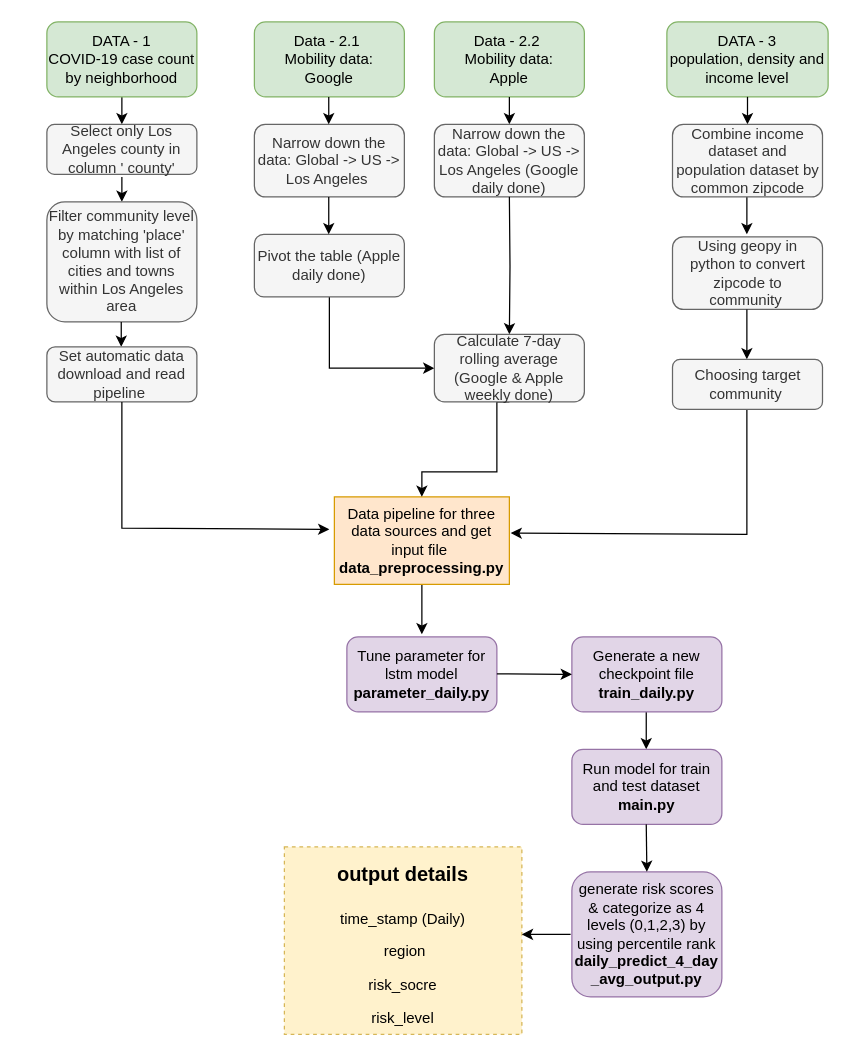
The draw.io diagram RMDS_Workflow.drawio in sli525/rmds-lab-team3-project, before the edit. Source tidied: cells renumbered, new cells numbered last; positions are measured from the earlier drawing's top-left corner, leaving out a move shared by most shapes. Both pictures are drawn from the tidied source at 125%, with x=0, y=0 at pixel (46, 21).
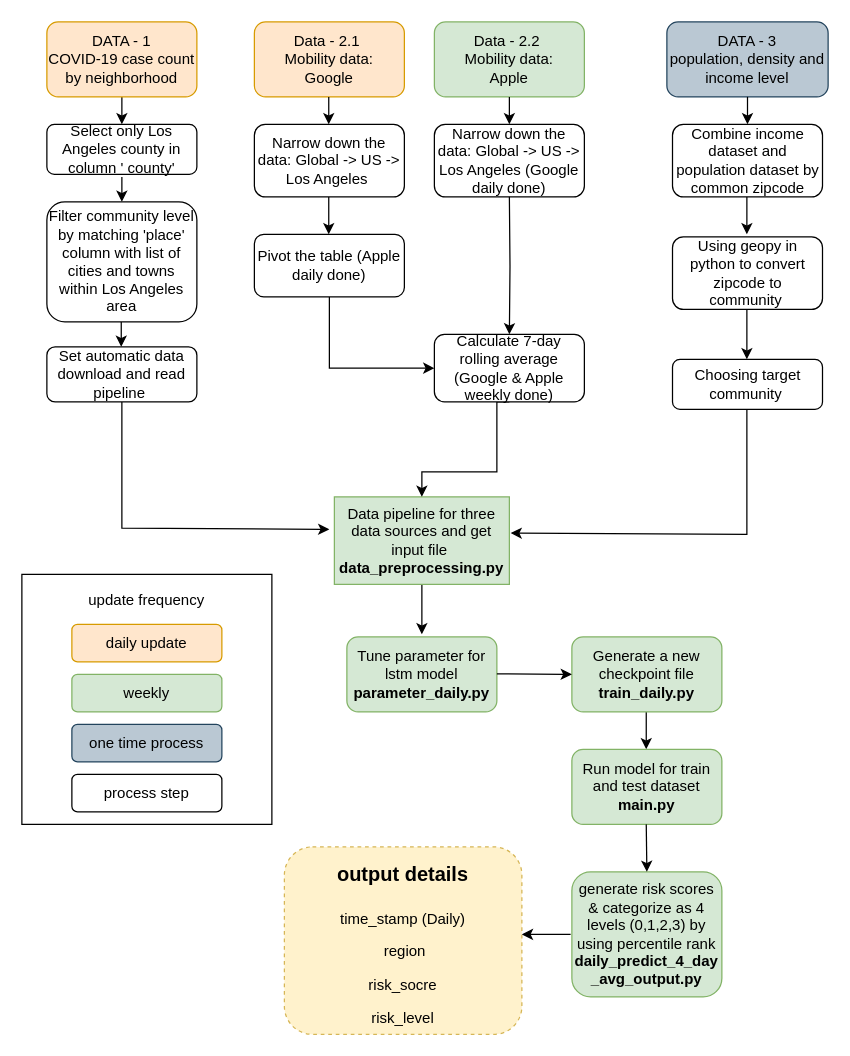
After the change.

Change to the diagram source:
```diff
@@
-    <mxCell id="4" value="DATA - 1&lt;br&gt;COVID-19 case count by neighborhood" style="rounded=1;whiteSpace=wrap;html=1;fillColor=#d5e8d4;strokeColor=#82b366;" parent="1" vertex="1">
+    <mxCell id="4" value="DATA - 1&lt;br&gt;COVID-19 case count by neighborhood" style="rounded=1;whiteSpace=wrap;html=1;fillColor=#ffe6cc;strokeColor=#d79b00;" parent="1" vertex="1">
       <mxGeometry width="120" height="60" as="geometry" />
     </mxCell>
-    <mxCell id="5" value="DATA - 3&lt;br&gt;population, density and income level" style="rounded=1;whiteSpace=wrap;html=1;fillColor=#d5e8d4;strokeColor=#82b366;" parent="1" vertex="1">
+    <mxCell id="5" value="DATA - 3&lt;br&gt;population, density and income level" style="rounded=1;whiteSpace=wrap;html=1;fillColor=#bac8d3;strokeColor=#23445d;" parent="1" vertex="1">
       <mxGeometry x="496" width="129" height="60" as="geometry" />
     </mxCell>
@@
-    <mxCell id="7" value="Data pipeline for three data sources and get input file&amp;nbsp;&lt;br&gt;&lt;b&gt;data_preprocessing.py&lt;/b&gt;" style="rounded=0;whiteSpace=wrap;html=1;fillColor=#ffe6cc;strokeColor=#d79b00;" parent="1" vertex="1">
+    <mxCell id="7" value="Data pipeline for three data sources and get input file&amp;nbsp;&lt;br&gt;&lt;b&gt;data_preprocessing.py&lt;/b&gt;" style="rounded=0;whiteSpace=wrap;html=1;fillColor=#d5e8d4;strokeColor=#82b366;" parent="1" vertex="1">
       <mxGeometry x="230" y="380" width="140" height="70" as="geometry" />
     </mxCell>
@@
-    <mxCell id="10" value="Select only Los Angeles county in column ' county'" style="rounded=1;whiteSpace=wrap;html=1;align=center;fillColor=#f5f5f5;strokeColor=#666666;fontColor=#333333;" parent="1" vertex="1">
+    <mxCell id="10" value="Select only Los Angeles county in column ' county'" style="rounded=1;whiteSpace=wrap;html=1;align=center;" parent="1" vertex="1">
       <mxGeometry y="82" width="120" height="40" as="geometry" />
     </mxCell>
@@
-    <mxCell id="12" value="Filter community level by matching 'place' column with list of cities and towns within Los Angeles area" style="rounded=1;whiteSpace=wrap;html=1;align=center;fillColor=#f5f5f5;strokeColor=#666666;fontColor=#333333;" parent="1" vertex="1">
+    <mxCell id="12" value="Filter community level by matching 'place' column with list of cities and towns within Los Angeles area" style="rounded=1;whiteSpace=wrap;html=1;align=center;" parent="1" vertex="1">
       <mxGeometry y="144" width="120" height="96" as="geometry" />
     </mxCell>
@@
-    <mxCell id="14" value="Set automatic data download and read pipeline&amp;nbsp;" style="rounded=1;whiteSpace=wrap;html=1;align=center;fillColor=#f5f5f5;strokeColor=#666666;fontColor=#333333;" parent="1" vertex="1">
+    <mxCell id="14" value="Set automatic data download and read pipeline&amp;nbsp;" style="rounded=1;whiteSpace=wrap;html=1;align=center;" parent="1" vertex="1">
       <mxGeometry y="260" width="120" height="44" as="geometry" />
     </mxCell>
@@
-    <mxCell id="16" value="Narrow down the data: Global -&amp;gt; US -&amp;gt; Los Angeles (Google daily done)" style="rounded=1;whiteSpace=wrap;html=1;align=center;fillColor=#f5f5f5;strokeColor=#666666;fontColor=#333333;" parent="1" vertex="1">
+    <mxCell id="16" value="Narrow down the data: Global -&amp;gt; US -&amp;gt; Los Angeles (Google daily done)" style="rounded=1;whiteSpace=wrap;html=1;align=center;" parent="1" vertex="1">
       <mxGeometry x="310" y="82" width="120" height="58" as="geometry" />
     </mxCell>
@@
-    <mxCell id="19" value="Pivot the table (Apple daily done)" style="rounded=1;whiteSpace=wrap;html=1;align=center;fillColor=#f5f5f5;strokeColor=#666666;fontColor=#333333;" parent="1" vertex="1">
+    <mxCell id="19" value="Pivot the table (Apple daily done)" style="rounded=1;whiteSpace=wrap;html=1;align=center;" parent="1" vertex="1">
       <mxGeometry x="166" y="170" width="120" height="50" as="geometry" />
     </mxCell>
@@
-    <mxCell id="21" value="Calculate 7-day rolling average (Google &amp;amp; Apple weekly done)" style="rounded=1;whiteSpace=wrap;html=1;align=center;fillColor=#f5f5f5;strokeColor=#666666;fontColor=#333333;" parent="1" vertex="1">
+    <mxCell id="21" value="Calculate 7-day rolling average (Google &amp;amp; Apple weekly done)" style="rounded=1;whiteSpace=wrap;html=1;align=center;" parent="1" vertex="1">
       <mxGeometry x="310" y="250" width="120" height="54" as="geometry" />
     </mxCell>
@@
-    <mxCell id="23" value="Combine income dataset and population dataset by common zipcode" style="rounded=1;whiteSpace=wrap;html=1;align=center;fillColor=#f5f5f5;strokeColor=#666666;fontColor=#333333;" parent="1" vertex="1">
+    <mxCell id="23" value="Combine income dataset and population dataset by common zipcode" style="rounded=1;whiteSpace=wrap;html=1;align=center;" parent="1" vertex="1">
       <mxGeometry x="500.5" y="82" width="120" height="58" as="geometry" />
     </mxCell>
-    <mxCell id="24" value="Using geopy in python to convert zipcode to community&amp;nbsp;" style="rounded=1;whiteSpace=wrap;html=1;align=center;fillColor=#f5f5f5;strokeColor=#666666;fontColor=#333333;" parent="1" vertex="1">
+    <mxCell id="24" value="Using geopy in python to convert zipcode to community&amp;nbsp;" style="rounded=1;whiteSpace=wrap;html=1;align=center;" parent="1" vertex="1">
       <mxGeometry x="500.5" y="172" width="120" height="58" as="geometry" />
     </mxCell>
@@
-    <mxCell id="26" value="Choosing target community&amp;nbsp;" style="rounded=1;whiteSpace=wrap;html=1;align=center;fillColor=#f5f5f5;strokeColor=#666666;fontColor=#333333;" parent="1" vertex="1">
+    <mxCell id="26" value="Choosing target community&amp;nbsp;" style="rounded=1;whiteSpace=wrap;html=1;align=center;" parent="1" vertex="1">
       <mxGeometry x="500.5" y="270" width="120" height="40" as="geometry" />
     </mxCell>
@@
-    <mxCell id="29" value="&lt;h1&gt;&lt;font style=&quot;font-size: 16px&quot;&gt;output details&lt;/font&gt;&lt;/h1&gt;&lt;p&gt;time_stamp (Daily)&lt;/p&gt;&lt;p&gt;&lt;span&gt;&amp;nbsp;region&lt;/span&gt;&lt;/p&gt;&lt;p&gt;&lt;span&gt;risk_socre&lt;/span&gt;&lt;/p&gt;&lt;p&gt;&lt;span&gt;risk_level&lt;/span&gt;&lt;/p&gt;&lt;div&gt;&lt;br&gt;&lt;/div&gt;" style="text;html=1;spacing=5;spacingTop=-20;whiteSpace=wrap;overflow=hidden;rounded=0;fillColor=#fff2cc;strokeColor=#d6b656;dashed=1;align=center;" parent="1" vertex="1">
+    <mxCell id="29" value="&lt;h1&gt;&lt;font style=&quot;font-size: 16px&quot;&gt;output details&lt;/font&gt;&lt;/h1&gt;&lt;p&gt;time_stamp (Daily)&lt;/p&gt;&lt;p&gt;&lt;span&gt;&amp;nbsp;region&lt;/span&gt;&lt;/p&gt;&lt;p&gt;&lt;span&gt;risk_socre&lt;/span&gt;&lt;/p&gt;&lt;p&gt;&lt;span&gt;risk_level&lt;/span&gt;&lt;/p&gt;&lt;div&gt;&lt;br&gt;&lt;/div&gt;" style="text;html=1;spacing=5;spacingTop=-20;whiteSpace=wrap;overflow=hidden;rounded=1;fillColor=#fff2cc;strokeColor=#d6b656;dashed=1;align=center;" parent="1" vertex="1">
       <mxGeometry x="190" y="660" width="190" height="150" as="geometry" />
     </mxCell>
-    <mxCell id="30" value="Tune parameter for lstm model&lt;br&gt;&lt;b&gt;parameter_daily.py&lt;/b&gt;" style="rounded=1;whiteSpace=wrap;html=1;fillColor=#e1d5e7;strokeColor=#9673a6;" parent="1" vertex="1">
+    <mxCell id="30" value="Tune parameter for lstm model&lt;br&gt;&lt;b&gt;parameter_daily.py&lt;/b&gt;" style="rounded=1;whiteSpace=wrap;html=1;fillColor=#d5e8d4;strokeColor=#82b366;" parent="1" vertex="1">
       <mxGeometry x="240" y="492" width="120" height="60" as="geometry" />
     </mxCell>
-    <mxCell id="31" value="Generate a new checkpoint file&lt;br&gt;&lt;b&gt;train_daily.py&lt;/b&gt;" style="rounded=1;whiteSpace=wrap;html=1;fillColor=#e1d5e7;strokeColor=#9673a6;" parent="1" vertex="1">
+    <mxCell id="31" value="Generate a new checkpoint file&lt;br&gt;&lt;b&gt;train_daily.py&lt;/b&gt;" style="rounded=1;whiteSpace=wrap;html=1;fillColor=#d5e8d4;strokeColor=#82b366;" parent="1" vertex="1">
       <mxGeometry x="420" y="492" width="120" height="60" as="geometry" />
     </mxCell>
-    <mxCell id="32" value="&lt;span style=&quot;color: rgb(0 , 0 , 0) ; font-family: &amp;#34;helvetica&amp;#34; ; font-size: 12px ; font-style: normal ; letter-spacing: normal ; text-align: center ; text-indent: 0px ; text-transform: none ; word-spacing: 0px ; display: inline ; float: none&quot;&gt;generate risk scores &amp;amp; categorize as 4 levels (0,1,2,3) by using percentile rank&lt;br&gt;&lt;b&gt;daily_predict_4_day&lt;br&gt;_avg_output.py&lt;/b&gt;&lt;br&gt;&lt;/span&gt;" style="rounded=1;whiteSpace=wrap;html=1;fillColor=#e1d5e7;strokeColor=#9673a6;" parent="1" vertex="1">
+    <mxCell id="32" value="&lt;span style=&quot;color: rgb(0 , 0 , 0) ; font-family: &amp;#34;helvetica&amp;#34; ; font-size: 12px ; font-style: normal ; letter-spacing: normal ; text-align: center ; text-indent: 0px ; text-transform: none ; word-spacing: 0px ; display: inline ; float: none&quot;&gt;generate risk scores &amp;amp; categorize as 4 levels (0,1,2,3) by using percentile rank&lt;br&gt;&lt;b&gt;daily_predict_4_day&lt;br&gt;_avg_output.py&lt;/b&gt;&lt;br&gt;&lt;/span&gt;" style="rounded=1;whiteSpace=wrap;html=1;fillColor=#d5e8d4;strokeColor=#82b366;" parent="1" vertex="1">
       <mxGeometry x="420" y="680" width="120" height="100" as="geometry" />
     </mxCell>
-    <mxCell id="33" value="Data - 2.1&amp;nbsp;&lt;br&gt;Mobility data: &lt;br&gt;Google" style="rounded=1;whiteSpace=wrap;html=1;fillColor=#d5e8d4;strokeColor=#82b366;" parent="1" vertex="1">
+    <mxCell id="33" value="Data - 2.1&amp;nbsp;&lt;br&gt;Mobility data: &lt;br&gt;Google" style="rounded=1;whiteSpace=wrap;html=1;fillColor=#ffe6cc;strokeColor=#d79b00;" parent="1" vertex="1">
       <mxGeometry x="166" width="120" height="60" as="geometry" />
     </mxCell>
-    <mxCell id="34" value="Narrow down the data: Global -&amp;gt; US -&amp;gt; Los Angeles&amp;nbsp;" style="rounded=1;whiteSpace=wrap;html=1;align=center;fillColor=#f5f5f5;strokeColor=#666666;fontColor=#333333;" parent="1" vertex="1">
+    <mxCell id="34" value="Narrow down the data: Global -&amp;gt; US -&amp;gt; Los Angeles&amp;nbsp;" style="rounded=1;whiteSpace=wrap;html=1;align=center;" parent="1" vertex="1">
       <mxGeometry x="166" y="82" width="120" height="58" as="geometry" />
     </mxCell>
@@
-    <mxCell id="38" value="Run model for train and test dataset&lt;br&gt;&lt;b&gt;main.py&lt;/b&gt;" style="rounded=1;whiteSpace=wrap;html=1;fillColor=#e1d5e7;strokeColor=#9673a6;" parent="1" vertex="1">
+    <mxCell id="38" value="Run model for train and test dataset&lt;br&gt;&lt;b&gt;main.py&lt;/b&gt;" style="rounded=1;whiteSpace=wrap;html=1;fillColor=#d5e8d4;strokeColor=#82b366;" parent="1" vertex="1">
       <mxGeometry x="420" y="582" width="120" height="60" as="geometry" />
     </mxCell>
@@
+    <mxCell id="41" style="group;" parent="1" vertex="1">
+      <mxGeometry x="-20" y="442" width="200" height="200" as="geometry" />
+    </mxCell>
+    <mxCell id="42" value="&lt;div&gt;&lt;span&gt;update frequency&lt;/span&gt;&lt;br&gt;&lt;/div&gt;&lt;div&gt;&lt;span&gt;&lt;br&gt;&lt;/span&gt;&lt;/div&gt;&lt;div&gt;&lt;span&gt;&lt;br&gt;&lt;/span&gt;&lt;/div&gt;&lt;div&gt;&lt;span&gt;&lt;br&gt;&lt;/span&gt;&lt;/div&gt;&lt;div&gt;&lt;span&gt;&lt;br&gt;&lt;/span&gt;&lt;/div&gt;&lt;div&gt;&lt;span&gt;&lt;br&gt;&lt;/span&gt;&lt;/div&gt;&lt;div&gt;&lt;span&gt;&lt;br&gt;&lt;/span&gt;&lt;/div&gt;&lt;div&gt;&lt;span&gt;&lt;br&gt;&lt;/span&gt;&lt;/div&gt;&lt;div&gt;&lt;span&gt;&lt;br&gt;&lt;/span&gt;&lt;/div&gt;&lt;div&gt;&lt;span&gt;&lt;br&gt;&lt;/span&gt;&lt;/div&gt;&lt;div&gt;&lt;span&gt;&lt;br&gt;&lt;/span&gt;&lt;/div&gt;&lt;div&gt;&lt;span&gt;&lt;br&gt;&lt;/span&gt;&lt;/div&gt;" style="whiteSpace=wrap;html=1;align=center;" parent="41" vertex="1">
+      <mxGeometry width="200" height="200" as="geometry" />
+    </mxCell>
+    <mxCell id="43" value="one time process" style="rounded=1;whiteSpace=wrap;html=1;fillColor=#bac8d3;strokeColor=#23445d;" parent="41" vertex="1">
+      <mxGeometry x="40" y="120" width="120" height="30" as="geometry" />
+    </mxCell>
+    <mxCell id="44" value="process step" style="rounded=1;whiteSpace=wrap;html=1;" parent="41" vertex="1">
+      <mxGeometry x="40" y="160" width="120" height="30" as="geometry" />
+    </mxCell>
+    <mxCell id="45" value="weekly" style="rounded=1;whiteSpace=wrap;html=1;fillColor=#d5e8d4;strokeColor=#82b366;" parent="41" vertex="1">
+      <mxGeometry x="40" y="80" width="120" height="30" as="geometry" />
+    </mxCell>
+    <mxCell id="46" value="daily update" style="rounded=1;whiteSpace=wrap;html=1;fillColor=#ffe6cc;strokeColor=#d79b00;" parent="41" vertex="1">
+      <mxGeometry x="40" y="40" width="120" height="30" as="geometry" />
+    </mxCell>
```
